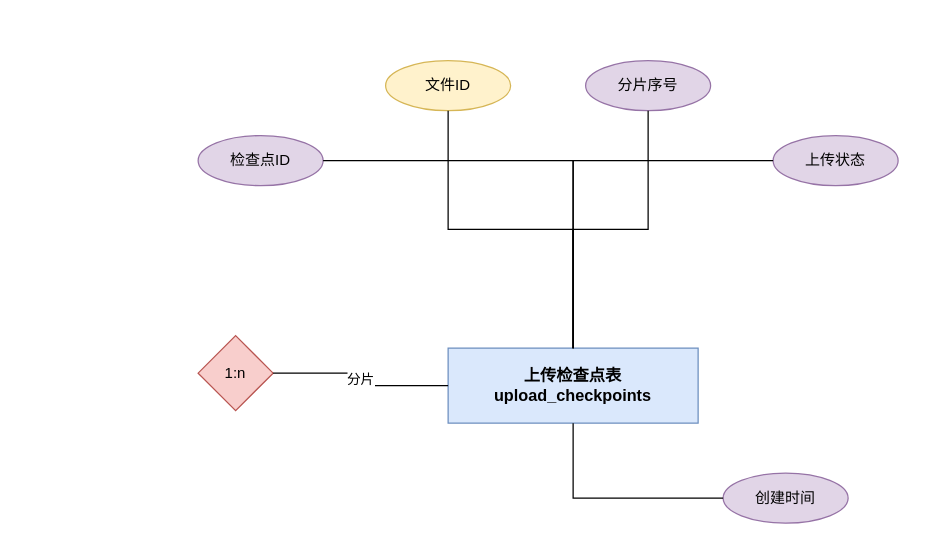
This is DOCS/architecture-diagrams/sources/上传检查点表.drawio from 612cs/TrailQuest, a draw.io file, before an edit. Source tidied: cells renumbered, new cells numbered last; positions are measured from the earlier drawing's top-left corner, leaving out a move shared by most shapes. Both pictures are drawn from the tidied source at 125%, with x=0, y=0 at pixel (198, 60).
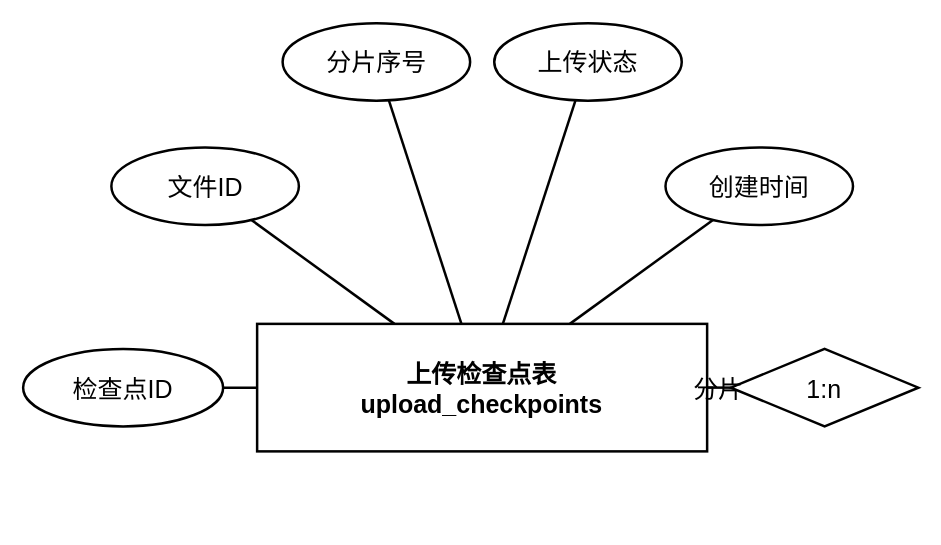
The same diagram, later.

What changed in the source:
```diff
@@
 <mxGraphModel>
   <root>
     <mxCell id="0" />
     <mxCell id="1" parent="0" />
-    <mxCell id="2" value="上传检查点表&#10;upload_checkpoints" style="rounded=0;whiteSpace=wrap;html=1;fillColor=#dae8fc;strokeColor=#6c8ebf;fontSize=13;fontStyle=1;" parent="1" vertex="1">
-      <mxGeometry x="200" y="230" width="200" height="60" as="geometry" />
+    <mxCell id="2" value="上传检查点表&#10;upload_checkpoints" style="rounded=0;whiteSpace=wrap;html=1;fillColor=none;strokeColor=#000000;fontSize=20;fontStyle=1;gradientColor=none;fontColor=#000000;strokeWidth=2;shadow=0;glass=0;" parent="1" vertex="1">
+      <mxGeometry x="47.2" y="210.6" width="360" height="102" as="geometry" />
     </mxCell>
-    <mxCell id="3" value="检查点ID" style="ellipse;whiteSpace=wrap;html=1;fillColor=#e1d5e7;strokeColor=#9673a6;" parent="1" vertex="1">
-      <mxGeometry y="60" width="100" height="40" as="geometry" />
+    <mxCell id="3" value="检查点ID" style="ellipse;whiteSpace=wrap;html=1;fillColor=none;strokeColor=#000000;gradientColor=none;fontColor=#000000;fontSize=20;strokeWidth=2;shadow=0;glass=0;" parent="1" vertex="1">
+      <mxGeometry x="-140" y="230.6" width="160" height="62" as="geometry" />
     </mxCell>
-    <mxCell id="4" style="edgeStyle=orthogonalEdgeStyle;rounded=0;jettySize=auto;html=1;endArrow=none;endFill=0;" parent="1" edge="1" source="3" target="2">
+    <mxCell id="4" style="rounded=0;html=1;endArrow=none;endFill=0;strokeColor=#000000;strokeWidth=2;" parent="1" edge="1" source="3" target="2">
       <mxGeometry relative="1" as="geometry" />
     </mxCell>
-    <mxCell id="5" value="文件ID" style="ellipse;whiteSpace=wrap;html=1;fillColor=#fff2cc;strokeColor=#d6b656;" parent="1" vertex="1">
-      <mxGeometry x="150" width="100" height="40" as="geometry" />
+    <mxCell id="5" value="文件ID" style="ellipse;whiteSpace=wrap;html=1;fillColor=none;strokeColor=#000000;gradientColor=none;fontColor=#000000;fontSize=20;strokeWidth=2;shadow=0;glass=0;" parent="1" vertex="1">
+      <mxGeometry x="-69.4" y="69.5" width="150" height="62" as="geometry" />
     </mxCell>
-    <mxCell id="6" style="edgeStyle=orthogonalEdgeStyle;rounded=0;jettySize=auto;html=1;endArrow=none;endFill=0;" parent="1" edge="1" source="5" target="2">
+    <mxCell id="6" style="rounded=0;html=1;endArrow=none;endFill=0;strokeColor=#000000;strokeWidth=2;" parent="1" edge="1" source="5" target="2">
       <mxGeometry relative="1" as="geometry" />
     </mxCell>
-    <mxCell id="7" value="分片序号" style="ellipse;whiteSpace=wrap;html=1;fillColor=#e1d5e7;strokeColor=#9673a6;" parent="1" vertex="1">
-      <mxGeometry x="310" width="100" height="40" as="geometry" />
+    <mxCell id="7" value="分片序号" style="ellipse;whiteSpace=wrap;html=1;fillColor=none;strokeColor=#000000;gradientColor=none;fontColor=#000000;fontSize=20;strokeWidth=2;shadow=0;glass=0;" parent="1" vertex="1">
+      <mxGeometry x="67.6" y="-30" width="150" height="62" as="geometry" />
     </mxCell>
-    <mxCell id="8" style="edgeStyle=orthogonalEdgeStyle;rounded=0;jettySize=auto;html=1;endArrow=none;endFill=0;" parent="1" edge="1" source="7" target="2">
+    <mxCell id="8" style="rounded=0;html=1;endArrow=none;endFill=0;strokeColor=#000000;strokeWidth=2;" parent="1" edge="1" source="7" target="2">
       <mxGeometry relative="1" as="geometry" />
     </mxCell>
-    <mxCell id="9" value="上传状态" style="ellipse;whiteSpace=wrap;html=1;fillColor=#e1d5e7;strokeColor=#9673a6;" parent="1" vertex="1">
-      <mxGeometry x="460" y="60" width="100" height="40" as="geometry" />
+    <mxCell id="9" value="上传状态" style="ellipse;whiteSpace=wrap;html=1;fillColor=none;strokeColor=#000000;gradientColor=none;fontColor=#000000;fontSize=20;strokeWidth=2;shadow=0;glass=0;" parent="1" vertex="1">
+      <mxGeometry x="236.9" y="-30" width="150" height="62" as="geometry" />
     </mxCell>
-    <mxCell id="10" style="edgeStyle=orthogonalEdgeStyle;rounded=0;jettySize=auto;html=1;endArrow=none;endFill=0;" parent="1" edge="1" source="9" target="2">
+    <mxCell id="10" style="rounded=0;html=1;endArrow=none;endFill=0;strokeColor=#000000;strokeWidth=2;" parent="1" edge="1" source="9" target="2">
       <mxGeometry relative="1" as="geometry" />
     </mxCell>
-    <mxCell id="11" value="创建时间" style="ellipse;whiteSpace=wrap;html=1;fillColor=#e1d5e7;strokeColor=#9673a6;" parent="1" vertex="1">
-      <mxGeometry x="420" y="330" width="100" height="40" as="geometry" />
+    <mxCell id="11" value="创建时间" style="ellipse;whiteSpace=wrap;html=1;fillColor=none;strokeColor=#000000;gradientColor=none;fontColor=#000000;fontSize=20;strokeWidth=2;shadow=0;glass=0;" parent="1" vertex="1">
+      <mxGeometry x="373.9" y="69.5" width="150" height="62" as="geometry" />
     </mxCell>
-    <mxCell id="12" style="edgeStyle=orthogonalEdgeStyle;rounded=0;jettySize=auto;html=1;endArrow=none;endFill=0;" parent="1" edge="1" source="11" target="2">
+    <mxCell id="12" style="rounded=0;html=1;endArrow=none;endFill=0;strokeColor=#000000;strokeWidth=2;" parent="1" edge="1" source="11" target="2">
       <mxGeometry relative="1" as="geometry" />
     </mxCell>
-    <mxCell id="13" value="1:n" style="rhombus;whiteSpace=wrap;html=1;fillColor=#f8cecc;strokeColor=#b85450;fontSize=12;" parent="1" vertex="1">
-      <mxGeometry y="220" width="60" height="60" as="geometry" />
+    <mxCell id="13" value="1:n" style="rhombus;whiteSpace=wrap;html=1;fillColor=none;strokeColor=#000000;fontSize=20;gradientColor=none;fontColor=#000000;strokeWidth=2;shadow=0;glass=0;" parent="1" vertex="1">
+      <mxGeometry x="426.2" y="230.6" width="150" height="62" as="geometry" />
     </mxCell>
-    <mxCell id="14" value="分片" style="edgeStyle=orthogonalEdgeStyle;rounded=0;jettySize=auto;html=1;endArrow=none;endFill=0;" parent="1" edge="1" source="13" target="2">
+    <mxCell id="14" value="分片" style="rounded=0;html=1;endArrow=none;endFill=0;strokeColor=#000000;strokeWidth=2;fontSize=20;fontColor=#000000;fontFamily=Arial;labelBackgroundColor=none;fillColor=none;gradientColor=none;shadow=0;" parent="1" edge="1" source="13" target="2">
       <mxGeometry relative="1" as="geometry" />
     </mxCell>
   </root>
 </mxGraphModel>
```
